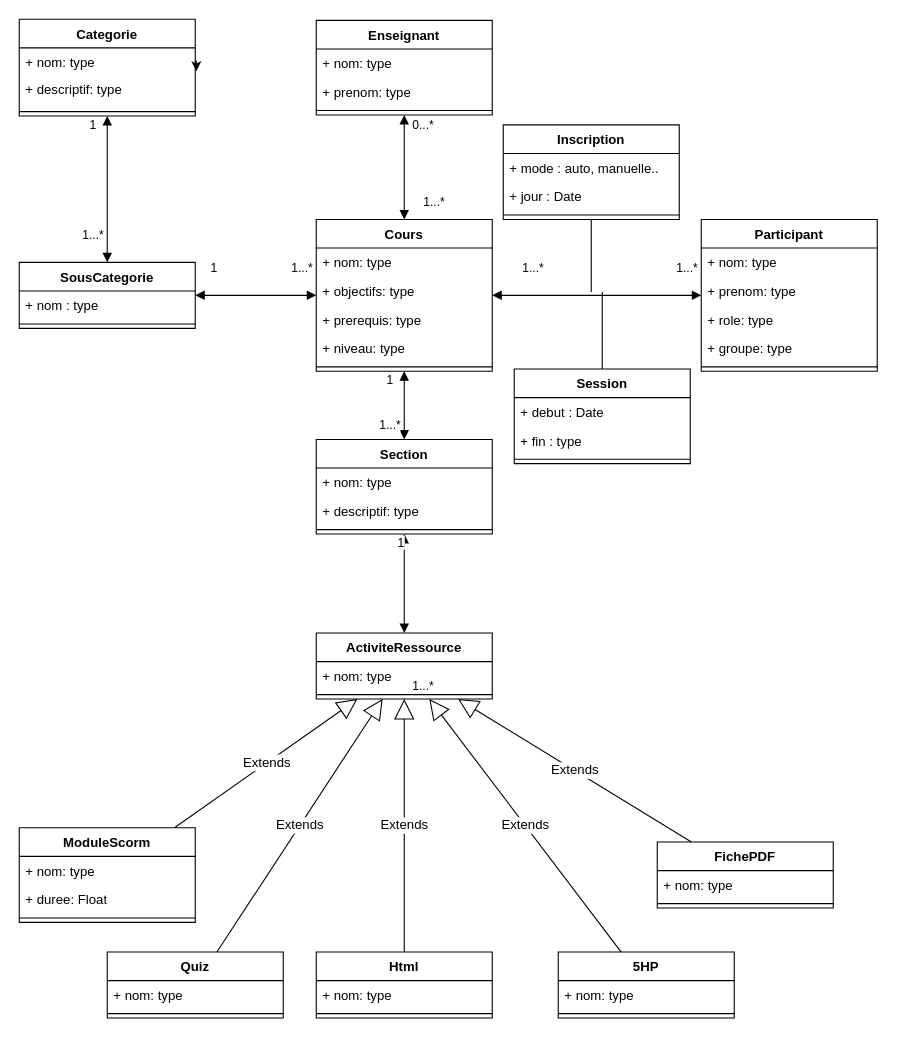
The draw.io diagram MasKaret.drawio in jean-seb-2106/pythontest, before the edit. Source tidied: cells renumbered, new cells numbered last; positions are measured from the earlier drawing's top-left corner, leaving out a move shared by most shapes. Both pictures are drawn from the tidied source at 110%, with x=0, y=0 at pixel (19, 19).
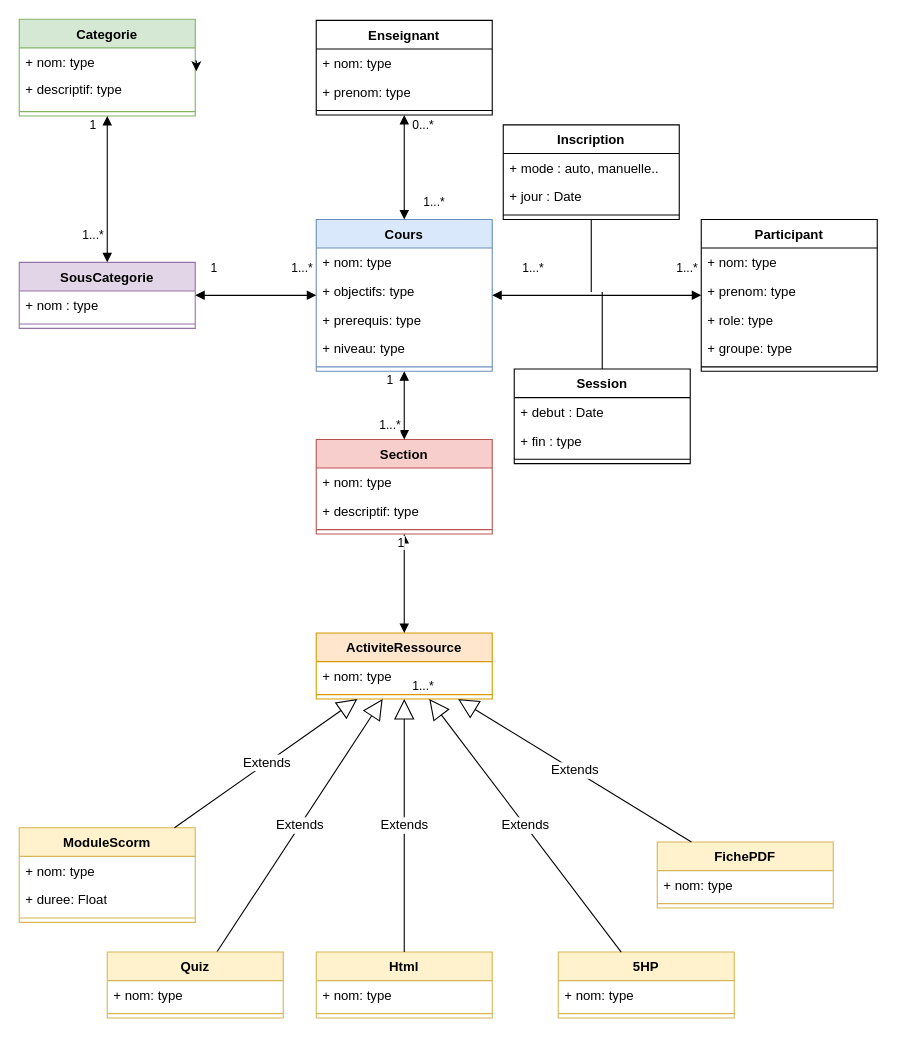
The same page after the edit.

Commit message:
Mettre à jour MasKaret.drawio

The edit, as a diff of the source:
```diff
@@
-    <mxCell id="2" value="Categorie" style="swimlane;fontStyle=1;align=center;verticalAlign=top;horizontal=1;startSize=26;whiteSpace=wrap;html=1;" parent="1" vertex="1">
+    <mxCell id="2" value="Categorie" style="swimlane;fontStyle=1;align=center;verticalAlign=top;horizontal=1;startSize=26;whiteSpace=wrap;html=1;fillColor=#d5e8d4;strokeColor=#82b366;" parent="1" vertex="1">
       <mxGeometry width="160" height="88" as="geometry" />
     </mxCell>
@@
-    <mxCell id="7" value="SousCategorie" style="swimlane;fontStyle=1;align=center;verticalAlign=top;horizontal=1;startSize=26;whiteSpace=wrap;html=1;" parent="1" vertex="1">
+    <mxCell id="7" value="SousCategorie" style="swimlane;fontStyle=1;align=center;verticalAlign=top;horizontal=1;startSize=26;whiteSpace=wrap;html=1;fillColor=#e1d5e7;strokeColor=#9673a6;" parent="1" vertex="1">
       <mxGeometry y="221" width="160" height="60" as="geometry" />
     </mxCell>
@@
-    <mxCell id="10" value="Cours" style="swimlane;fontStyle=1;align=center;verticalAlign=top;horizontal=1;startSize=26;whiteSpace=wrap;html=1;" parent="1" vertex="1">
+    <mxCell id="10" value="Cours" style="swimlane;fontStyle=1;align=center;verticalAlign=top;horizontal=1;startSize=26;whiteSpace=wrap;html=1;fillColor=#dae8fc;strokeColor=#6c8ebf;" parent="1" vertex="1">
       <mxGeometry x="270" y="182" width="160" height="138" as="geometry" />
     </mxCell>
@@
-    <mxCell id="16" value="ActiviteRessource" style="swimlane;fontStyle=1;align=center;verticalAlign=top;horizontal=1;startSize=26;whiteSpace=wrap;html=1;" parent="1" vertex="1">
+    <mxCell id="16" value="ActiviteRessource" style="swimlane;fontStyle=1;align=center;verticalAlign=top;horizontal=1;startSize=26;whiteSpace=wrap;html=1;fillColor=#ffe6cc;strokeColor=#d79b00;" parent="1" vertex="1">
       <mxGeometry x="270" y="558" width="160" height="60" as="geometry" />
     </mxCell>
@@
-    <mxCell id="29" value="ModuleScorm" style="swimlane;fontStyle=1;align=center;verticalAlign=top;horizontal=1;startSize=26;whiteSpace=wrap;html=1;" parent="1" vertex="1">
+    <mxCell id="29" value="ModuleScorm" style="swimlane;fontStyle=1;align=center;verticalAlign=top;horizontal=1;startSize=26;whiteSpace=wrap;html=1;fillColor=#fff2cc;strokeColor=#d6b656;" parent="1" vertex="1">
       <mxGeometry y="735" width="160" height="86" as="geometry" />
     </mxCell>
@@
-    <mxCell id="33" value="Section" style="swimlane;fontStyle=1;align=center;verticalAlign=top;horizontal=1;startSize=26;whiteSpace=wrap;html=1;" parent="1" vertex="1">
+    <mxCell id="33" value="Section" style="swimlane;fontStyle=1;align=center;verticalAlign=top;horizontal=1;startSize=26;whiteSpace=wrap;html=1;fillColor=#f8cecc;strokeColor=#b85450;" parent="1" vertex="1">
       <mxGeometry x="270" y="382" width="160" height="86" as="geometry" />
     </mxCell>
@@
-    <mxCell id="38" value="Quiz" style="swimlane;fontStyle=1;align=center;verticalAlign=top;horizontal=1;startSize=26;whiteSpace=wrap;html=1;" parent="1" vertex="1">
+    <mxCell id="38" value="Quiz" style="swimlane;fontStyle=1;align=center;verticalAlign=top;horizontal=1;startSize=26;whiteSpace=wrap;html=1;fillColor=#fff2cc;strokeColor=#d6b656;" parent="1" vertex="1">
       <mxGeometry x="80" y="848" width="160" height="60" as="geometry" />
     </mxCell>
@@
-    <mxCell id="41" value="FichePDF" style="swimlane;fontStyle=1;align=center;verticalAlign=top;horizontal=1;startSize=26;whiteSpace=wrap;html=1;" parent="1" vertex="1">
+    <mxCell id="41" value="FichePDF" style="swimlane;fontStyle=1;align=center;verticalAlign=top;horizontal=1;startSize=26;whiteSpace=wrap;html=1;fillColor=#fff2cc;strokeColor=#d6b656;" parent="1" vertex="1">
       <mxGeometry x="580" y="748" width="160" height="60" as="geometry" />
     </mxCell>
@@
-    <mxCell id="55" value="Html" style="swimlane;fontStyle=1;align=center;verticalAlign=top;horizontal=1;startSize=26;whiteSpace=wrap;html=1;" parent="1" vertex="1">
+    <mxCell id="55" value="Html" style="swimlane;fontStyle=1;align=center;verticalAlign=top;horizontal=1;startSize=26;whiteSpace=wrap;html=1;fillColor=#fff2cc;strokeColor=#d6b656;" parent="1" vertex="1">
       <mxGeometry x="270" y="848" width="160" height="60" as="geometry" />
     </mxCell>
@@
-    <mxCell id="68" value="5HP" style="swimlane;fontStyle=1;align=center;verticalAlign=top;horizontal=1;startSize=26;whiteSpace=wrap;html=1;" parent="1" vertex="1">
+    <mxCell id="68" value="5HP" style="swimlane;fontStyle=1;align=center;verticalAlign=top;horizontal=1;startSize=26;whiteSpace=wrap;html=1;fillColor=#fff2cc;strokeColor=#d6b656;" parent="1" vertex="1">
       <mxGeometry x="490" y="848" width="160" height="60" as="geometry" />
     </mxCell>
```
